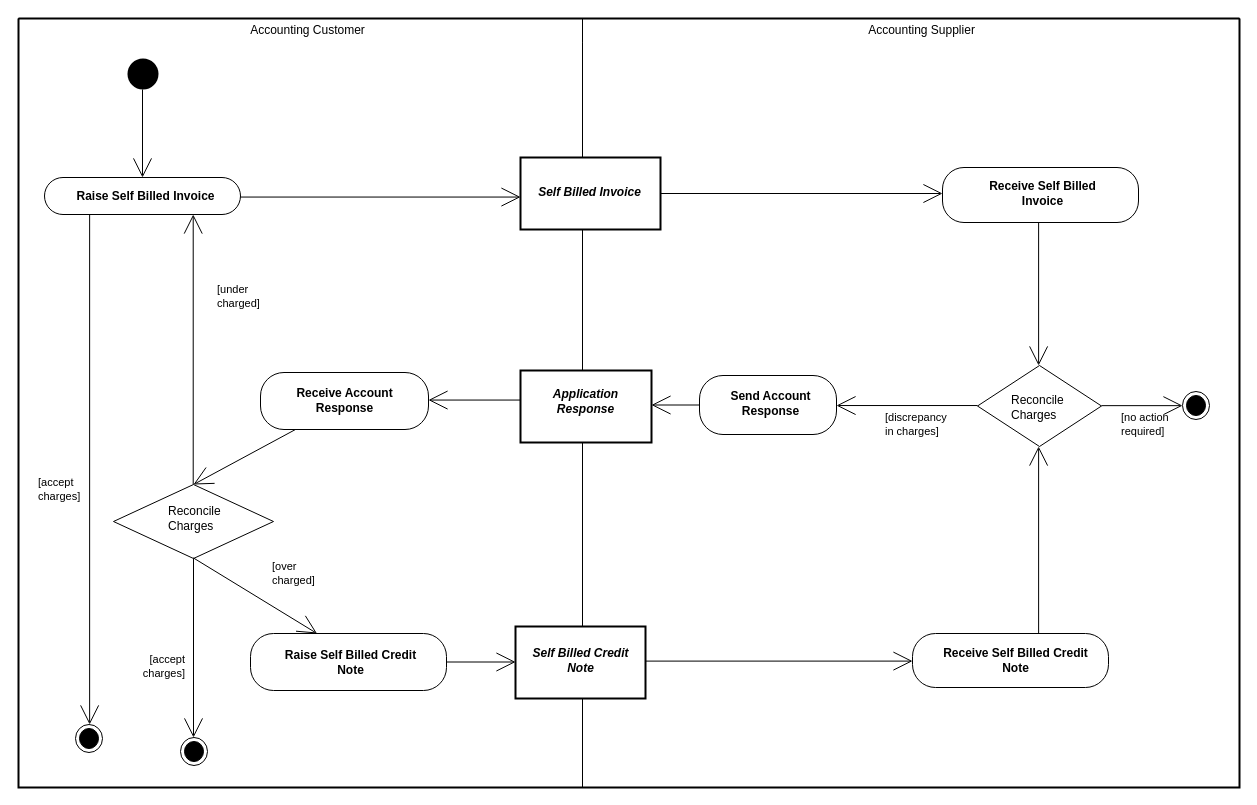
The draw.io diagram diagrams/UBL-2.0-SelfBillingwithSelfBilledCreditNoteProcess/UBL-2.0-SelfBillingwithSelfBilledCreditNoteProcess.drawio in kduvekot/ubl-work-on-svg-images, before the edit. Source tidied: cells renumbered, new cells numbered last; positions are measured from the earlier drawing's top-left corner, leaving out a move shared by most shapes. Both pictures are drawn from the tidied source at 100%, with x=0, y=0 at pixel (18, 18).
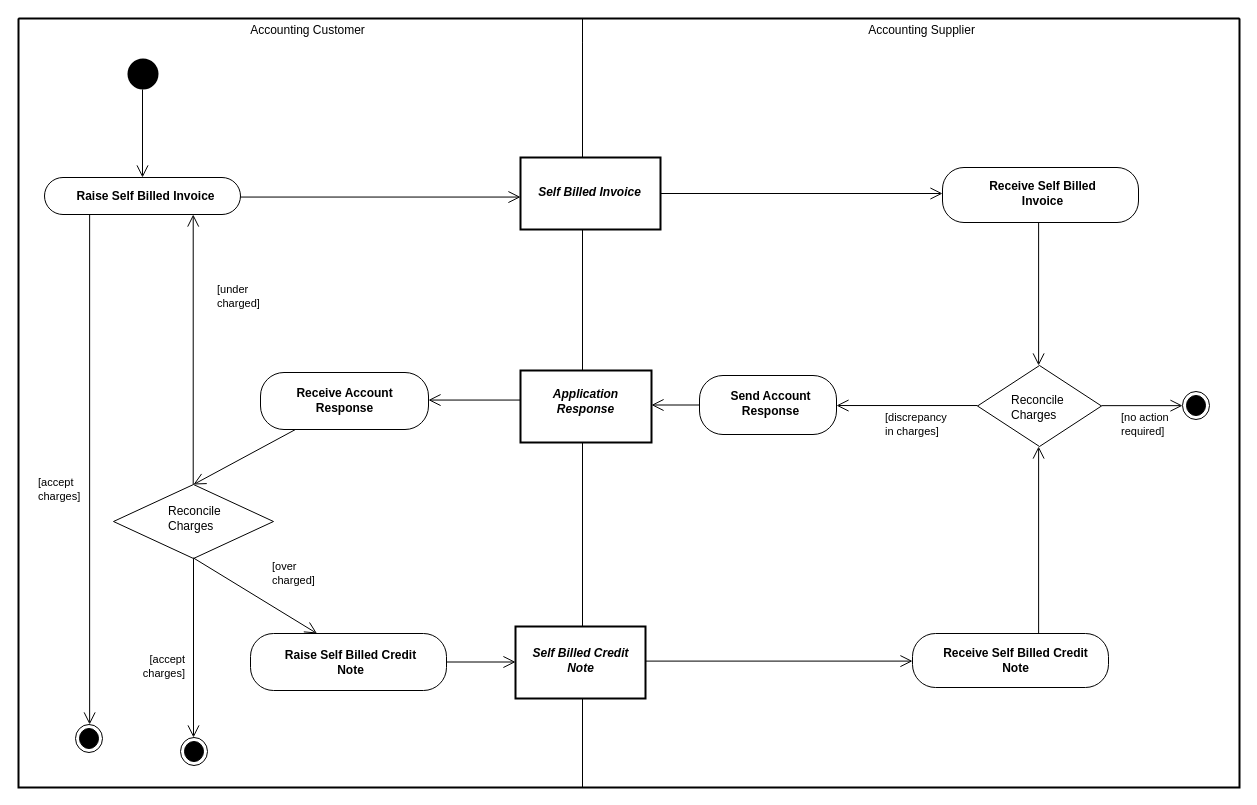
Above is the later version.

Unchanged cells that the change refers to:
```xml
<mxCell id="2" style="swimlane;html=1;startSize=0;whiteSpace=wrap;fillColor=none;strokeWidth=2;" parent="1" vertex="1">
  <mxGeometry width="1221" height="769" as="geometry" />
</mxCell>
<mxCell id="3" value="Accounting Customer" style="swimlane;horizontal=1;startSize=24;swimlaneLine=0;html=1;fillColor=none;fontStyle=0;spacing=0;spacingLeft=14;" parent="2" vertex="1">
  <mxGeometry width="564" height="769" as="geometry" />
</mxCell>
<mxCell id="4" value="Accounting Supplier" style="swimlane;horizontal=1;startSize=24;swimlaneLine=0;html=1;fillColor=none;fontStyle=0;spacing=0;spacingLeft=20;" parent="2" vertex="1">
  <mxGeometry x="564" width="657" height="769" as="geometry" />
</mxCell>
<mxCell id="5" style="ellipse;shape=startState;fillColor=#000000;strokeColor=none;html=1;" parent="3" vertex="1">
  <mxGeometry x="105" y="36" width="39" height="39" as="geometry" />
</mxCell>
<mxCell id="6" value="Self Billed Invoice" style="rounded=0;html=1;whiteSpace=nowrap;fontStyle=3;align=center;verticalAlign=middle;spacing=0;spacingRight=2;spacingBottom=3;strokeWidth=2;" parent="4" vertex="1">
  <mxGeometry x="-62" y="139" width="140" height="72" as="geometry" />
</mxCell>
<mxCell id="7" value="Receive Self Billed&lt;br&gt;Invoice" style="rounded=1;absoluteArcSize=1;arcSize=43;html=1;whiteSpace=nowrap;fontStyle=1;align=center;verticalAlign=middle;spacing=0;spacingLeft=3;spacingBottom=3;" parent="4" vertex="1">
  <mxGeometry x="360" y="149" width="196" height="55" as="geometry" />
</mxCell>
<mxCell id="8" value="Raise Self Billed Invoice" style="rounded=1;absoluteArcSize=1;arcSize=46;html=1;whiteSpace=nowrap;fontStyle=1;align=center;verticalAlign=middle;spacing=0;spacingLeft=6;" parent="3" vertex="1">
  <mxGeometry x="26" y="159" width="196" height="37" as="geometry" />
</mxCell>
<mxCell id="9" value="Reconcile&lt;br&gt;Charges" style="rhombus;html=1;whiteSpace=nowrap;fontStyle=0;align=left;verticalAlign=middle;spacing=0;spacingLeft=34;spacingTop=2;" parent="4" vertex="1">
  <mxGeometry x="395" y="347" width="124" height="81" as="geometry" />
</mxCell>
<mxCell id="10" value="Receive Account&lt;br&gt;Response" style="rounded=1;absoluteArcSize=1;arcSize=47;html=1;whiteSpace=nowrap;fontStyle=1;align=center;verticalAlign=middle;spacing=0;spacingBottom=2;" parent="3" vertex="1">
  <mxGeometry x="242" y="354" width="168" height="57" as="geometry" />
</mxCell>
<mxCell id="11" value="Application&lt;br&gt;Response" style="rounded=0;html=1;whiteSpace=nowrap;fontStyle=3;align=center;verticalAlign=middle;spacing=0;spacingRight=2;spacingBottom=10;strokeWidth=2;" parent="4" vertex="1">
  <mxGeometry x="-62" y="352" width="131" height="72" as="geometry" />
</mxCell>
<mxCell id="12" value="Send Account&lt;br&gt;Response" style="rounded=1;absoluteArcSize=1;arcSize=47;html=1;whiteSpace=nowrap;fontStyle=1;align=center;verticalAlign=middle;spacing=0;spacingLeft=4;spacingBottom=4;" parent="4" vertex="1">
  <mxGeometry x="117" y="357" width="137" height="59" as="geometry" />
</mxCell>
<mxCell id="13" style="ellipse;shape=endState;fillColor=#000000;html=1;" parent="4" vertex="1">
  <mxGeometry x="600" y="373" width="27" height="28" as="geometry" />
</mxCell>
<mxCell id="14" value="Reconcile&lt;br&gt;Charges" style="rhombus;html=1;whiteSpace=nowrap;fontStyle=0;align=left;verticalAlign=middle;spacing=0;spacingLeft=55;spacingBottom=6;" parent="3" vertex="1">
  <mxGeometry x="95" y="466" width="160" height="74" as="geometry" />
</mxCell>
<mxCell id="15" value="Self Billed Credit&lt;br&gt;Note" style="rounded=0;html=1;whiteSpace=nowrap;fontStyle=3;align=center;verticalAlign=middle;spacing=0;spacingRight=1;spacingBottom=4;strokeWidth=2;" parent="4" vertex="1">
  <mxGeometry x="-67" y="608" width="130" height="72" as="geometry" />
</mxCell>
<mxCell id="16" value="Raise Self Billed Credit&lt;br&gt;Note" style="rounded=1;absoluteArcSize=1;arcSize=46;html=1;whiteSpace=nowrap;fontStyle=1;align=center;verticalAlign=middle;spacing=0;spacingLeft=4;" parent="3" vertex="1">
  <mxGeometry x="232" y="615" width="196" height="57" as="geometry" />
</mxCell>
<mxCell id="17" value="Receive Self Billed Credit&lt;br&gt;Note" style="rounded=1;absoluteArcSize=1;arcSize=46;html=1;whiteSpace=nowrap;fontStyle=1;align=center;verticalAlign=middle;spacing=0;spacingLeft=9;spacingBottom=1;" parent="4" vertex="1">
  <mxGeometry x="330" y="615" width="196" height="54" as="geometry" />
</mxCell>
<mxCell id="18" style="ellipse;shape=endState;fillColor=#000000;html=1;" parent="3" vertex="1">
  <mxGeometry x="57" y="706" width="27" height="28" as="geometry" />
</mxCell>
<mxCell id="19" style="ellipse;shape=endState;fillColor=#000000;html=1;" parent="3" vertex="1">
  <mxGeometry x="162" y="719" width="27" height="28" as="geometry" />
</mxCell>
```

Diff of the diagram source:
```diff
@@
-    <mxCell id="20" style="edgeStyle=none;rounded=0;html=1;endArrow=open;endFill=0;endSize=17;exitPerimeter=0;entryX=0.5;entryY=0;entryPerimeter=0;exitX=0.487179;exitY=0.8969;" parent="3" edge="1" source="5" target="8">
+    <mxCell id="20" style="edgeStyle=none;rounded=0;html=1;endArrow=open;endFill=0;endSize=10;exitPerimeter=0;entryX=0.5;entryY=0;entryPerimeter=0;exitX=0.487179;exitY=0.8969;" parent="3" edge="1" source="5" target="8">
       <mxGeometry relative="1" as="geometry" />
     </mxCell>
-    <mxCell id="21" style="edgeStyle=none;rounded=0;html=1;endArrow=open;endFill=0;endSize=17;exitX=1;exitY=0.5;exitPerimeter=0;entryPerimeter=0;entryX=0;entryY=0.472727;" parent="4" edge="1" source="6" target="7">
+    <mxCell id="21" style="edgeStyle=none;rounded=0;html=1;endArrow=open;endFill=0;endSize=10;exitX=1;exitY=0.5;exitPerimeter=0;entryPerimeter=0;entryX=0;entryY=0.472727;" parent="4" edge="1" source="6" target="7">
       <mxGeometry relative="1" as="geometry" />
     </mxCell>
-    <mxCell id="22" style="edgeStyle=none;rounded=0;html=1;endArrow=open;endFill=0;endSize=17;exitPerimeter=0;entryX=0;entryY=0.5494;entryPerimeter=0;exitX=1;exitY=0.528562;" parent="2" edge="1" source="8" target="6">
+    <mxCell id="22" style="edgeStyle=none;rounded=0;html=1;endArrow=open;endFill=0;endSize=10;exitPerimeter=0;entryX=0;entryY=0.5494;entryPerimeter=0;exitX=1;exitY=0.528562;" parent="2" edge="1" source="8" target="6">
       <mxGeometry relative="1" as="geometry" />
     </mxCell>
-    <mxCell id="23" value="[accept&lt;br&gt;charges]" style="edgeStyle=none;rounded=0;html=1;endArrow=open;endFill=0;endSize=17;exitPerimeter=0;entryX=0.5236;entryY=0;entryPerimeter=0;fontStyle=0;align=left;verticalAlign=middle;labelBackgroundColor=none;exitX=0.230292;exitY=1;" parent="3" edge="1" source="8" target="18">
+    <mxCell id="23" value="[accept&lt;br&gt;charges]" style="edgeStyle=none;rounded=0;html=1;endArrow=open;endFill=0;endSize=10;exitPerimeter=0;entryX=0.5236;entryY=0;entryPerimeter=0;fontStyle=0;align=left;verticalAlign=middle;labelBackgroundColor=none;exitX=0.230292;exitY=1;" parent="3" edge="1" source="8" target="18">
       <mxGeometry x="0.08" relative="1" as="geometry">
         <mxPoint x="-53" as="offset" />
       </mxGeometry>
     </mxCell>
-    <mxCell id="24" value="[under&lt;br&gt;charged]" style="edgeStyle=none;rounded=0;html=1;endArrow=open;endFill=0;endSize=17;exitPerimeter=0;entryX=0.7587;entryY=1;entryPerimeter=0;fontStyle=0;align=left;verticalAlign=middle;labelBackgroundColor=none;exitX=0.498158;exitY=0;" parent="3" edge="1" source="14" target="8">
+    <mxCell id="24" value="[under&lt;br&gt;charged]" style="edgeStyle=none;rounded=0;html=1;endArrow=open;endFill=0;endSize=10;exitPerimeter=0;entryX=0.7587;entryY=1;entryPerimeter=0;fontStyle=0;align=left;verticalAlign=middle;labelBackgroundColor=none;exitX=0.498158;exitY=0;" parent="3" edge="1" source="14" target="8">
       <mxGeometry x="0.39" relative="1" as="geometry">
         <mxPoint x="22" as="offset" />
       </mxGeometry>
     </mxCell>
-    <mxCell id="25" style="edgeStyle=none;rounded=0;html=1;endArrow=open;endFill=0;endSize=17;exitPerimeter=0;entryX=0.4928;entryY=0;entryPerimeter=0;exitX=0.490343;exitY=1;" parent="4" edge="1" source="7" target="9">
+    <mxCell id="25" style="edgeStyle=none;rounded=0;html=1;endArrow=open;endFill=0;endSize=10;exitPerimeter=0;entryX=0.4928;entryY=0;entryPerimeter=0;exitX=0.490343;exitY=1;" parent="4" edge="1" source="7" target="9">
       <mxGeometry relative="1" as="geometry" />
     </mxCell>
-    <mxCell id="26" style="edgeStyle=none;rounded=0;html=1;endArrow=open;endFill=0;endSize=17;exitPerimeter=0;entryX=1;entryY=0.4833;entryPerimeter=0;exitX=0;exitY=0.41039;" parent="2" edge="1" source="11" target="10">
+    <mxCell id="26" style="edgeStyle=none;rounded=0;html=1;endArrow=open;endFill=0;endSize=10;exitPerimeter=0;entryX=1;entryY=0.4833;entryPerimeter=0;exitX=0;exitY=0.41039;" parent="2" edge="1" source="11" target="10">
       <mxGeometry relative="1" as="geometry" />
     </mxCell>
-    <mxCell id="27" value="[discrepancy&lt;br&gt;in charges]" style="edgeStyle=none;rounded=0;html=1;endArrow=open;endFill=0;endSize=17;exitPerimeter=0;entryX=1;entryY=0.5092;entryPerimeter=0;fontStyle=0;align=left;verticalAlign=middle;labelBackgroundColor=none;exitX=0;exitY=0.494356;" parent="4" edge="1" source="9" target="12">
+    <mxCell id="27" value="[discrepancy&lt;br&gt;in charges]" style="edgeStyle=none;rounded=0;html=1;endArrow=open;endFill=0;endSize=10;exitPerimeter=0;entryX=1;entryY=0.5092;entryPerimeter=0;fontStyle=0;align=left;verticalAlign=middle;labelBackgroundColor=none;exitX=0;exitY=0.494356;" parent="4" edge="1" source="9" target="12">
       <mxGeometry x="0.34" relative="1" as="geometry">
         <mxPoint y="19" as="offset" />
       </mxGeometry>
     </mxCell>
-    <mxCell id="28" value="[no action&lt;br&gt;required]" style="edgeStyle=none;rounded=0;html=1;endArrow=open;endFill=0;endSize=17;exitPerimeter=0;entryX=0;entryY=0.5054;entryPerimeter=0;fontStyle=0;align=left;verticalAlign=middle;labelBackgroundColor=none;exitX=1;exitY=0.495694;" parent="4" edge="1" source="9" target="13">
+    <mxCell id="28" value="[no action&lt;br&gt;required]" style="edgeStyle=none;rounded=0;html=1;endArrow=open;endFill=0;endSize=10;exitPerimeter=0;entryX=0;entryY=0.5054;entryPerimeter=0;fontStyle=0;align=left;verticalAlign=middle;labelBackgroundColor=none;exitX=1;exitY=0.495694;" parent="4" edge="1" source="9" target="13">
       <mxGeometry x="-0.55" relative="1" as="geometry">
         <mxPoint y="19" as="offset" />
       </mxGeometry>
     </mxCell>
-    <mxCell id="29" style="edgeStyle=none;rounded=0;html=1;endArrow=open;endFill=0;endSize=17;exitX=0;exitY=0.5;exitPerimeter=0;entryPerimeter=0;entryX=1;entryY=0.479167;" parent="4" edge="1" source="12" target="11">
+    <mxCell id="29" style="edgeStyle=none;rounded=0;html=1;endArrow=open;endFill=0;endSize=10;exitX=0;exitY=0.5;exitPerimeter=0;entryPerimeter=0;entryX=1;entryY=0.479167;" parent="4" edge="1" source="12" target="11">
       <mxGeometry relative="1" as="geometry" />
     </mxCell>
-    <mxCell id="30" style="edgeStyle=none;rounded=0;html=1;endArrow=open;endFill=0;endSize=17;exitX=0.2082;exitY=1;exitPerimeter=0;entryX=0.5;entryY=0;entryPerimeter=0;" parent="3" edge="1" source="10" target="14">
+    <mxCell id="30" style="edgeStyle=none;rounded=0;html=1;endArrow=open;endFill=0;endSize=10;exitX=0.2082;exitY=1;exitPerimeter=0;entryX=0.5;entryY=0;entryPerimeter=0;" parent="3" edge="1" source="10" target="14">
       <mxGeometry relative="1" as="geometry" />
     </mxCell>
-    <mxCell id="31" style="edgeStyle=none;rounded=0;html=1;endArrow=open;endFill=0;endSize=17;exitPerimeter=0;entryX=0.4928;entryY=1;entryPerimeter=0;exitX=0.643404;exitY=0;" parent="4" edge="1" source="17" target="9">
+    <mxCell id="31" style="edgeStyle=none;rounded=0;html=1;endArrow=open;endFill=0;endSize=10;exitPerimeter=0;entryX=0.4928;entryY=1;entryPerimeter=0;exitX=0.643404;exitY=0;" parent="4" edge="1" source="17" target="9">
       <mxGeometry relative="1" as="geometry" />
     </mxCell>
-    <mxCell id="32" value="[accept&lt;br&gt;charges]" style="edgeStyle=none;rounded=0;html=1;endArrow=open;endFill=0;endSize=17;exitX=0.5;exitY=1;exitPerimeter=0;entryPerimeter=0;fontStyle=0;align=right;verticalAlign=middle;labelBackgroundColor=none;entryX=0.481481;entryY=0;" parent="3" edge="1" source="14" target="19">
+    <mxCell id="32" value="[accept&lt;br&gt;charges]" style="edgeStyle=none;rounded=0;html=1;endArrow=open;endFill=0;endSize=10;exitX=0.5;exitY=1;exitPerimeter=0;entryPerimeter=0;fontStyle=0;align=right;verticalAlign=middle;labelBackgroundColor=none;entryX=0.481481;entryY=0;" parent="3" edge="1" source="14" target="19">
       <mxGeometry x="0.21" relative="1" as="geometry">
         <mxPoint x="-7" as="offset" />
       </mxGeometry>
     </mxCell>
-    <mxCell id="33" value="[over&lt;br&gt;charged]" style="edgeStyle=none;rounded=0;html=1;endArrow=open;endFill=0;endSize=17;exitX=0.4981;exitY=0.9905;exitPerimeter=0;entryX=0.3393;entryY=0;entryPerimeter=0;fontStyle=0;align=left;verticalAlign=middle;labelBackgroundColor=none;" parent="3" edge="1" source="14" target="16">
+    <mxCell id="33" value="[over&lt;br&gt;charged]" style="edgeStyle=none;rounded=0;html=1;endArrow=open;endFill=0;endSize=10;exitX=0.4981;exitY=0.9905;exitPerimeter=0;entryX=0.3393;entryY=0;entryPerimeter=0;fontStyle=0;align=left;verticalAlign=middle;labelBackgroundColor=none;" parent="3" edge="1" source="14" target="16">
       <mxGeometry x="0.02" relative="1" as="geometry">
         <mxPoint x="14" y="-23" as="offset" />
       </mxGeometry>
     </mxCell>
-    <mxCell id="34" style="edgeStyle=none;rounded=0;html=1;endArrow=open;endFill=0;endSize=17;exitPerimeter=0;entryX=0;entryY=0.5111;entryPerimeter=0;exitX=1;exitY=0.480547;" parent="4" edge="1" source="15" target="17">
+    <mxCell id="34" style="edgeStyle=none;rounded=0;html=1;endArrow=open;endFill=0;endSize=10;exitPerimeter=0;entryX=0;entryY=0.5111;entryPerimeter=0;exitX=1;exitY=0.480547;" parent="4" edge="1" source="15" target="17">
       <mxGeometry relative="1" as="geometry" />
     </mxCell>
-    <mxCell id="35" style="edgeStyle=none;rounded=0;html=1;endArrow=open;endFill=0;endSize=17;exitX=1;exitY=0.5;exitPerimeter=0;entryPerimeter=0;entryX=0;entryY=0.493056;" parent="2" edge="1" source="16" target="15">
+    <mxCell id="35" style="edgeStyle=none;rounded=0;html=1;endArrow=open;endFill=0;endSize=10;exitX=1;exitY=0.5;exitPerimeter=0;entryPerimeter=0;entryX=0;entryY=0.493056;" parent="2" edge="1" source="16" target="15">
       <mxGeometry relative="1" as="geometry" />
     </mxCell>
```
